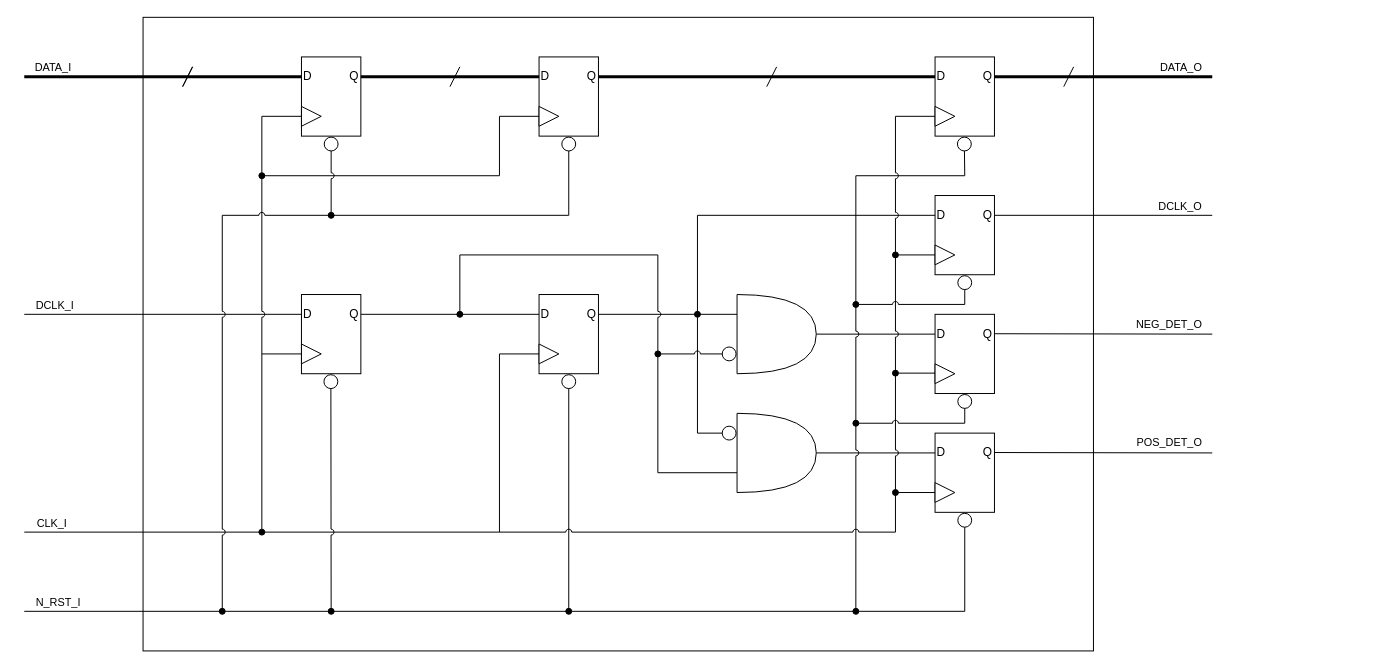
This is 01_FIREEEE_DCLK_EDGE_DET/Diagrams/Block/FIREEEE_DCLK_EDGE_DET_Block.drawio from AUDIY/FIREEEE, a draw.io file, before an edit. Source tidied: cells renumbered, new cells numbered last; positions are measured from the earlier drawing's top-left corner, leaving out a move shared by most shapes. Both pictures are drawn from the tidied source at 99%, with x=0, y=0 at pixel (24, 17).
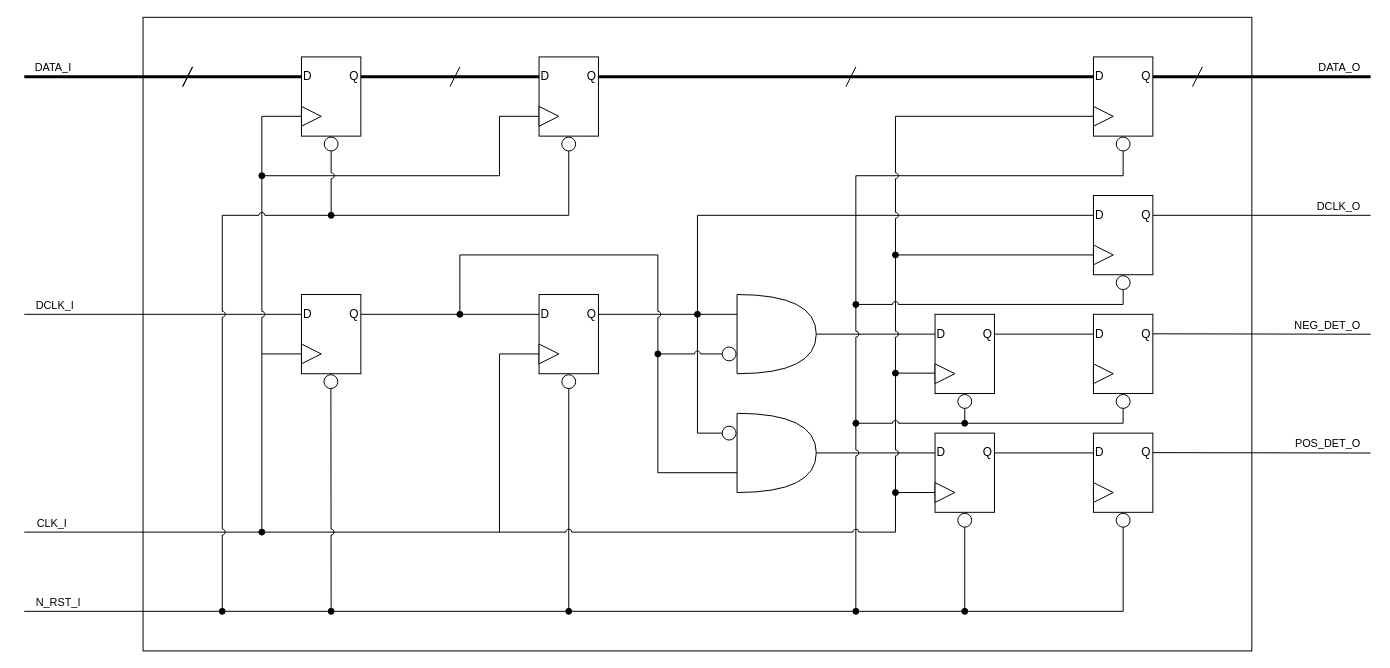
After the change.

The change refers to these unchanged cells:
```xml
<mxCell id="8" style="group;" parent="1" vertex="1">
  <mxGeometry x="520" y="40" width="60" height="80" as="geometry" />
</mxCell>
<mxCell id="12" value="Q" style="text;html=1;whiteSpace=wrap;strokeColor=none;fillColor=none;align=right;verticalAlign=middle;rounded=0;" parent="8" vertex="1">
  <mxGeometry x="40" y="10" width="20" height="20" as="geometry" />
</mxCell>
<mxCell id="50" style="rounded=0;whiteSpace=wrap;html=1;" parent="49" vertex="1">
  <mxGeometry width="60" height="80" as="geometry" />
</mxCell>
<mxCell id="51" value="D" style="text;html=1;whiteSpace=wrap;strokeColor=none;fillColor=none;align=left;verticalAlign=middle;rounded=0;" parent="49" vertex="1">
  <mxGeometry y="10" width="20" height="20" as="geometry" />
</mxCell>
<mxCell id="55" style="rounded=0;whiteSpace=wrap;html=1;" parent="54" vertex="1">
  <mxGeometry width="60" height="80" as="geometry" />
</mxCell>
<mxCell id="56" value="D" style="text;html=1;whiteSpace=wrap;strokeColor=none;fillColor=none;align=left;verticalAlign=middle;rounded=0;" parent="54" vertex="1">
  <mxGeometry y="10" width="20" height="20" as="geometry" />
</mxCell>
<mxCell id="62" value="Q" style="text;html=1;whiteSpace=wrap;strokeColor=none;fillColor=none;align=right;verticalAlign=middle;rounded=0;" parent="59" vertex="1">
  <mxGeometry x="40" y="10" width="20" height="20" as="geometry" />
</mxCell>
<mxCell id="67" value="Q" style="text;html=1;whiteSpace=wrap;strokeColor=none;fillColor=none;align=right;verticalAlign=middle;rounded=0;" parent="64" vertex="1">
  <mxGeometry x="40" y="10" width="20" height="20" as="geometry" />
</mxCell>
```

The edit, as a diff of the source:
```diff
@@
     <mxCell id="2" style="rounded=0;whiteSpace=wrap;html=1;" parent="1" vertex="1">
-      <mxGeometry x="120" width="960" height="640" as="geometry" />
+      <mxGeometry x="120" width="1120" height="640" as="geometry" />
     </mxCell>
@@
-    <mxCell id="11" style="rounded=0;jettySize=auto;html=1;exitX=1;exitY=0.5;exitDx=0;exitDy=0;endArrow=none;endFill=0;strokeWidth=3;" parent="8" edge="1" source="12">
-      <mxGeometry relative="1" as="geometry">
-        <mxPoint x="400" y="20" as="targetPoint" />
-      </mxGeometry>
-    </mxCell>
@@
-    <mxCell id="45" style="endArrow=circle;html=1;rounded=0;entryX=0.5;entryY=1;entryDx=0;entryDy=0;startArrow=oval;startFill=1;endFill=0;jumpStyle=arc;" parent="1" edge="1">
+    <mxCell id="45" style="endArrow=circle;html=1;rounded=0;entryX=0.5;entryY=1;entryDx=0;entryDy=0;startArrow=oval;startFill=1;endFill=0;jumpStyle=arc;" parent="1" edge="1" target="50">
       <mxGeometry relative="1" as="geometry">
         <mxPoint x="550" y="600" as="sourcePoint" />
-        <mxPoint x="949.5" y="120" as="targetPoint" />
         <Array as="points">
           <mxPoint x="840" y="600" />
           <mxPoint x="840" y="160" />
-          <mxPoint x="950" y="160" />
+          <mxPoint x="1110" y="160" />
         </Array>
       </mxGeometry>
     </mxCell>
@@
-    <mxCell id="48" style="endArrow=none;html=1;rounded=0;" parent="1" edge="1">
+    <mxCell id="48" style="endArrow=none;html=1;rounded=0;entryX=0;entryY=0.5;entryDx=0;entryDy=0;" parent="1" edge="1" target="56">
       <mxGeometry relative="1" as="geometry">
         <mxPoint x="680" y="300" as="sourcePoint" />
-        <mxPoint x="920" y="200" as="targetPoint" />
         <Array as="points">
           <mxPoint x="680" y="200" />
         </Array>
       </mxGeometry>
     </mxCell>
     <mxCell id="49" style="group;" parent="1" vertex="1">
-      <mxGeometry x="920" y="40" width="60" height="80" as="geometry" />
+      <mxGeometry x="1080" y="40" width="60" height="80" as="geometry" />
     </mxCell>
@@
     <mxCell id="54" style="group;" parent="1" vertex="1">
-      <mxGeometry x="920" y="180" width="60" height="80" as="geometry" />
+      <mxGeometry x="1080" y="180" width="60" height="80" as="geometry" />
     </mxCell>
@@
     <mxCell id="73" style="endArrow=circle;html=1;rounded=0;endFill=0;jumpStyle=arc;startArrow=oval;startFill=1;entryX=0.5;entryY=1;entryDx=0;entryDy=0;" parent="1" edge="1" target="55">
       <mxGeometry relative="1" as="geometry">
         <mxPoint x="840" y="290" as="sourcePoint" />
         <Array as="points">
-          <mxPoint x="950" y="290" />
+          <mxPoint x="1110" y="290" />
         </Array>
       </mxGeometry>
     </mxCell>
@@
     <mxCell id="76" style="endArrow=none;html=1;rounded=0;strokeWidth=3;" parent="1" edge="1">
       <mxGeometry relative="1" as="geometry">
-        <mxPoint x="980" y="60" as="sourcePoint" />
-        <mxPoint x="1200" y="60" as="targetPoint" />
+        <mxPoint x="1140" y="60" as="sourcePoint" />
+        <mxPoint x="1360" y="60" as="targetPoint" />
       </mxGeometry>
     </mxCell>
@@
     <mxCell id="78" style="endArrow=none;html=1;rounded=0;" parent="1" edge="1">
       <mxGeometry relative="1" as="geometry">
-        <mxPoint x="980" y="200" as="sourcePoint" />
-        <mxPoint x="1200" y="200" as="targetPoint" />
+        <mxPoint x="1140" y="200" as="sourcePoint" />
+        <mxPoint x="1360" y="200" as="targetPoint" />
       </mxGeometry>
     </mxCell>
@@
     <mxCell id="80" style="endArrow=none;html=1;rounded=0;" parent="1" edge="1">
       <mxGeometry relative="1" as="geometry">
-        <mxPoint x="980" y="319.6" as="sourcePoint" />
-        <mxPoint x="1200" y="320" as="targetPoint" />
+        <mxPoint x="1140" y="319.7" as="sourcePoint" />
+        <mxPoint x="1360" y="320.1" as="targetPoint" />
       </mxGeometry>
     </mxCell>
@@
     <mxCell id="82" style="endArrow=none;html=1;rounded=0;" parent="1" edge="1">
       <mxGeometry relative="1" as="geometry">
-        <mxPoint x="980" y="439.6" as="sourcePoint" />
-        <mxPoint x="1200" y="440" as="targetPoint" />
+        <mxPoint x="1140" y="439.7" as="sourcePoint" />
+        <mxPoint x="1360" y="440.1" as="targetPoint" />
       </mxGeometry>
     </mxCell>
@@
     <mxCell id="88" style="endArrow=none;html=1;rounded=0;" parent="1" edge="1">
       <mxGeometry relative="1" as="geometry">
-        <mxPoint x="750" y="70" as="sourcePoint" />
-        <mxPoint x="760" y="50" as="targetPoint" />
+        <mxPoint x="830" y="70" as="sourcePoint" />
+        <mxPoint x="840" y="50" as="targetPoint" />
       </mxGeometry>
     </mxCell>
-    <mxCell id="89" style="endArrow=none;html=1;rounded=0;" parent="1" edge="1">
-      <mxGeometry relative="1" as="geometry">
-        <mxPoint x="1050" y="70" as="sourcePoint" />
-        <mxPoint x="1060" y="50" as="targetPoint" />
-      </mxGeometry>
-    </mxCell>
+    <mxCell id="90" style="group;" parent="1" vertex="1">
+      <mxGeometry x="1080" y="300" width="60" height="80" as="geometry" />
+    </mxCell>
+    <mxCell id="91" style="rounded=0;whiteSpace=wrap;html=1;" parent="90" vertex="1">
+      <mxGeometry width="60" height="80" as="geometry" />
+    </mxCell>
+    <mxCell id="92" value="D" style="text;html=1;whiteSpace=wrap;strokeColor=none;fillColor=none;align=left;verticalAlign=middle;rounded=0;" parent="90" vertex="1">
+      <mxGeometry y="10" width="20" height="20" as="geometry" />
+    </mxCell>
+    <mxCell id="93" value="Q" style="text;html=1;whiteSpace=wrap;strokeColor=none;fillColor=none;align=right;verticalAlign=middle;rounded=0;" parent="90" vertex="1">
+      <mxGeometry x="40" y="10" width="20" height="20" as="geometry" />
+    </mxCell>
+    <mxCell id="94" style="triangle;whiteSpace=wrap;html=1;" parent="90" vertex="1">
+      <mxGeometry y="50" width="20" height="20" as="geometry" />
+    </mxCell>
+    <mxCell id="11" style="rounded=0;jettySize=auto;html=1;exitX=1;exitY=0.5;exitDx=0;exitDy=0;endArrow=none;endFill=0;strokeWidth=3;entryX=0;entryY=0.5;entryDx=0;entryDy=0;" parent="1" edge="1" source="12" target="51">
+      <mxGeometry relative="1" as="geometry" />
+    </mxCell>
+    <mxCell id="95" style="group;" parent="1" vertex="1">
+      <mxGeometry x="1080" y="420" width="60" height="80" as="geometry" />
+    </mxCell>
+    <mxCell id="96" style="rounded=0;whiteSpace=wrap;html=1;" parent="95" vertex="1">
+      <mxGeometry width="60" height="80" as="geometry" />
+    </mxCell>
+    <mxCell id="97" value="D" style="text;html=1;whiteSpace=wrap;strokeColor=none;fillColor=none;align=left;verticalAlign=middle;rounded=0;" parent="95" vertex="1">
+      <mxGeometry y="10" width="20" height="20" as="geometry" />
+    </mxCell>
+    <mxCell id="98" value="Q" style="text;html=1;whiteSpace=wrap;strokeColor=none;fillColor=none;align=right;verticalAlign=middle;rounded=0;" parent="95" vertex="1">
+      <mxGeometry x="40" y="10" width="20" height="20" as="geometry" />
+    </mxCell>
+    <mxCell id="99" style="triangle;whiteSpace=wrap;html=1;" parent="95" vertex="1">
+      <mxGeometry y="50" width="20" height="20" as="geometry" />
+    </mxCell>
+    <mxCell id="100" style="endArrow=circle;html=1;rounded=0;endFill=0;jumpStyle=arc;startArrow=oval;startFill=1;entryX=0.5;entryY=1;entryDx=0;entryDy=0;" parent="1" edge="1">
+      <mxGeometry relative="1" as="geometry">
+        <mxPoint x="950" y="410" as="sourcePoint" />
+        <mxPoint x="1110" y="380" as="targetPoint" />
+        <Array as="points">
+          <mxPoint x="1110" y="410" />
+        </Array>
+      </mxGeometry>
+    </mxCell>
+    <mxCell id="101" style="endArrow=circle;html=1;rounded=0;endFill=0;jumpStyle=arc;startArrow=oval;startFill=1;entryX=0.5;entryY=1;entryDx=0;entryDy=0;" parent="1" edge="1">
+      <mxGeometry relative="1" as="geometry">
+        <mxPoint x="950" y="600" as="sourcePoint" />
+        <mxPoint x="1110" y="500" as="targetPoint" />
+        <Array as="points">
+          <mxPoint x="1110" y="600" />
+        </Array>
+      </mxGeometry>
+    </mxCell>
+    <mxCell id="102" style="rounded=0;jettySize=auto;html=1;exitX=1;exitY=0.5;exitDx=0;exitDy=0;entryX=0;entryY=0.5;entryDx=0;entryDy=0;endArrow=none;endFill=0;" parent="1" edge="1" source="62" target="92">
+      <mxGeometry relative="1" as="geometry" />
+    </mxCell>
+    <mxCell id="103" style="rounded=0;jettySize=auto;html=1;exitX=1;exitY=0.5;exitDx=0;exitDy=0;entryX=0;entryY=0.5;entryDx=0;entryDy=0;endArrow=none;endFill=0;" parent="1" edge="1" source="67" target="97">
+      <mxGeometry relative="1" as="geometry" />
+    </mxCell>
+    <mxCell id="104" style="endArrow=none;html=1;rounded=0;" parent="1" edge="1">
+      <mxGeometry relative="1" as="geometry">
+        <mxPoint x="1180" y="70" as="sourcePoint" />
+        <mxPoint x="1190" y="50" as="targetPoint" />
+      </mxGeometry>
+    </mxCell>
```
